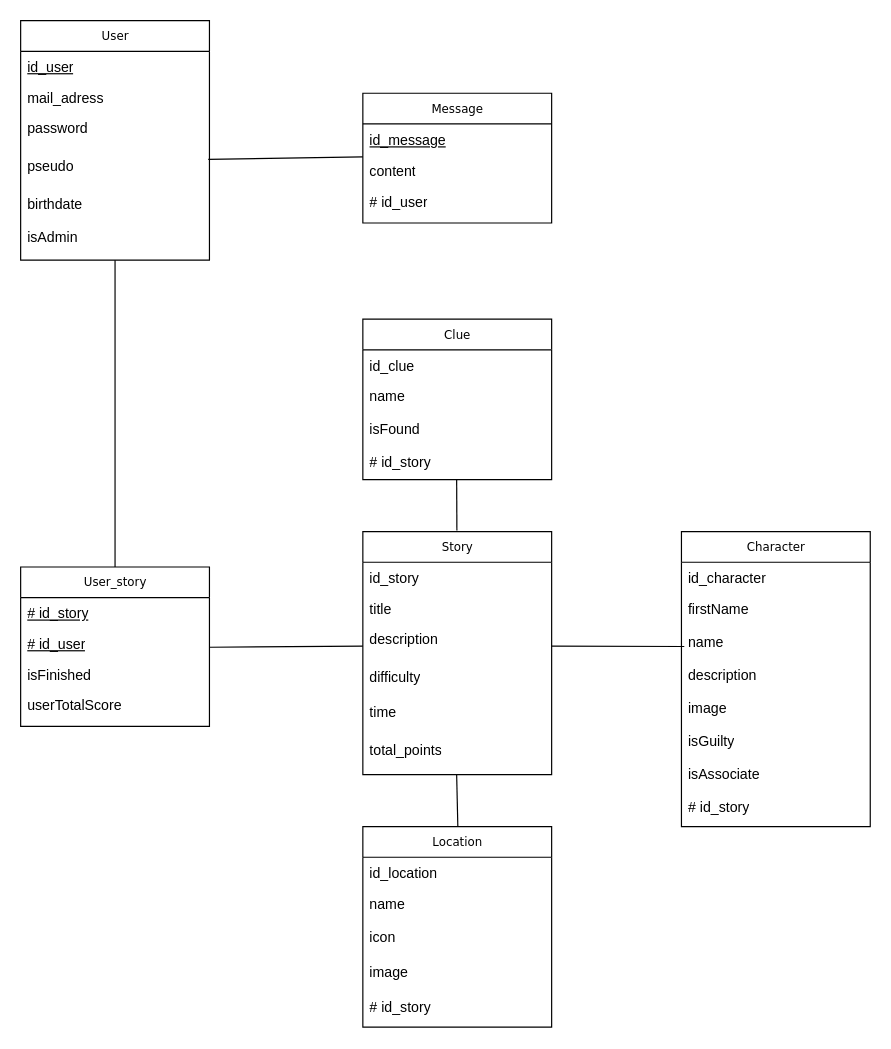
Above: public/MLD.drawio in EnguerranSGG/Escape_Game_Project (draw.io), before the change. Source tidied: cells renumbered, new cells numbered last; positions are measured from the earlier drawing's top-left corner, leaving out a move shared by most shapes. Both pictures are drawn from the tidied source at 118%, with x=0, y=0 at pixel (20, 20).
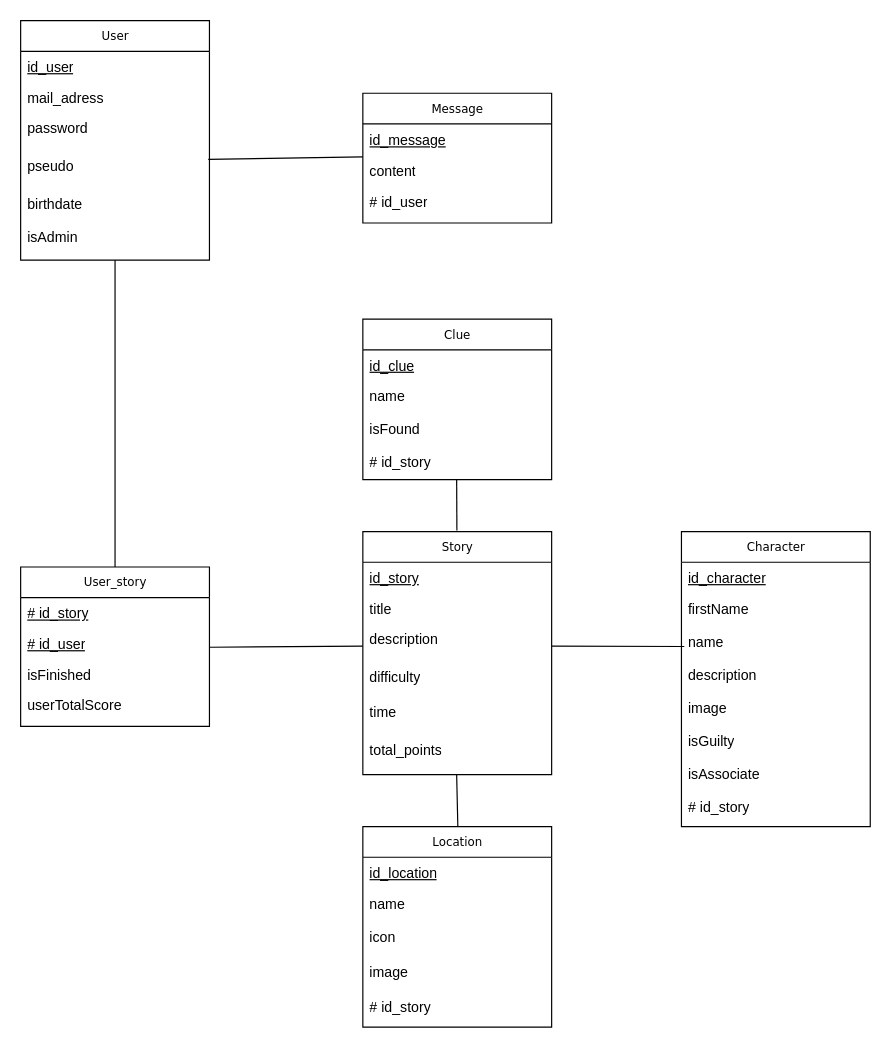
The same diagram, later.

Commit message:
Correction MLD

The change refers to these unchanged cells:
```xml
<mxCell id="13" value="Story" style="swimlane;html=1;fontStyle=0;horizontal=1;startSize=26;fillColor=none;swimlaneFillColor=#ffffff;rounded=0;shadow=0;comic=0;labelBackgroundColor=none;strokeWidth=1;fontFamily=Verdana;fontSize=10;align=center;" parent="1" vertex="1">
  <mxGeometry x="290" y="433" width="160" height="206" as="geometry" />
</mxCell>
<mxCell id="20" value="Clue" style="swimlane;html=1;fontStyle=0;horizontal=1;startSize=26;fillColor=none;swimlaneFillColor=#ffffff;rounded=0;shadow=0;comic=0;labelBackgroundColor=none;strokeWidth=1;fontFamily=Verdana;fontSize=10;align=center;" parent="1" vertex="1">
  <mxGeometry x="290" y="253" width="160" height="136" as="geometry" />
</mxCell>
<mxCell id="25" value="Location" style="swimlane;html=1;fontStyle=0;horizontal=1;startSize=26;fillColor=none;swimlaneFillColor=#ffffff;rounded=0;shadow=0;comic=0;labelBackgroundColor=none;strokeWidth=1;fontFamily=Verdana;fontSize=10;align=center;" parent="1" vertex="1">
  <mxGeometry x="290" y="683" width="160" height="170" as="geometry" />
</mxCell>
<mxCell id="31" value="Character" style="swimlane;html=1;fontStyle=0;horizontal=1;startSize=26;fillColor=none;swimlaneFillColor=#ffffff;rounded=0;shadow=0;comic=0;labelBackgroundColor=none;strokeWidth=1;fontFamily=Verdana;fontSize=10;align=center;" parent="1" vertex="1">
  <mxGeometry x="560" y="433" width="160" height="250" as="geometry" />
</mxCell>
```

The edit, as a diff of the source:
```diff
@@
-    <mxCell id="14" value="id_story" style="text;html=1;strokeColor=none;fillColor=none;align=left;verticalAlign=top;spacingLeft=4;spacingRight=4;whiteSpace=wrap;overflow=hidden;" parent="13" vertex="1">
+    <mxCell id="14" value="&lt;u&gt;id_story&lt;/u&gt;" style="text;html=1;strokeColor=none;fillColor=none;align=left;verticalAlign=top;spacingLeft=4;spacingRight=4;whiteSpace=wrap;overflow=hidden;" parent="13" vertex="1">
       <mxGeometry y="26" width="160" height="26" as="geometry" />
     </mxCell>
@@
-    <mxCell id="21" value="id_clue" style="text;html=1;strokeColor=none;fillColor=none;align=left;verticalAlign=top;spacingLeft=4;spacingRight=4;whiteSpace=wrap;overflow=hidden;" parent="20" vertex="1">
+    <mxCell id="21" value="&lt;u&gt;id_clue&lt;/u&gt;" style="text;html=1;strokeColor=none;fillColor=none;align=left;verticalAlign=top;spacingLeft=4;spacingRight=4;whiteSpace=wrap;overflow=hidden;" parent="20" vertex="1">
       <mxGeometry y="26" width="160" height="26" as="geometry" />
     </mxCell>
@@
-    <mxCell id="26" value="id_location" style="text;html=1;strokeColor=none;fillColor=none;align=left;verticalAlign=top;spacingLeft=4;spacingRight=4;whiteSpace=wrap;overflow=hidden;" parent="25" vertex="1">
+    <mxCell id="26" value="&lt;u&gt;id_location&lt;/u&gt;" style="text;html=1;strokeColor=none;fillColor=none;align=left;verticalAlign=top;spacingLeft=4;spacingRight=4;whiteSpace=wrap;overflow=hidden;" parent="25" vertex="1">
       <mxGeometry y="26" width="160" height="26" as="geometry" />
     </mxCell>
@@
-    <mxCell id="32" value="id_character" style="text;html=1;strokeColor=none;fillColor=none;align=left;verticalAlign=top;spacingLeft=4;spacingRight=4;whiteSpace=wrap;overflow=hidden;" parent="31" vertex="1">
+    <mxCell id="32" value="&lt;u&gt;id_character&lt;/u&gt;" style="text;html=1;strokeColor=none;fillColor=none;align=left;verticalAlign=top;spacingLeft=4;spacingRight=4;whiteSpace=wrap;overflow=hidden;" parent="31" vertex="1">
       <mxGeometry y="26" width="160" height="26" as="geometry" />
     </mxCell>
```
